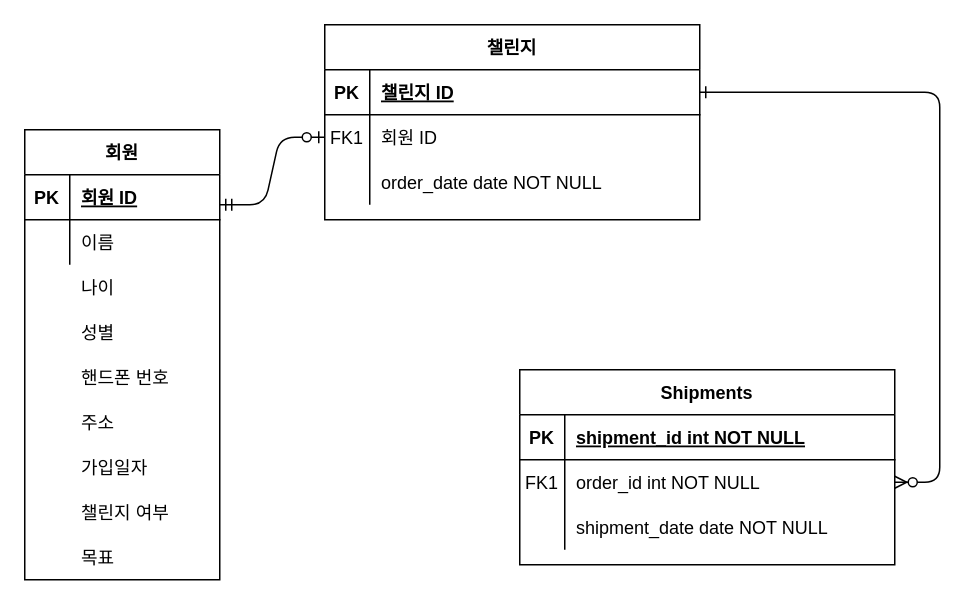
Above: Untitled Diagram.drawio in eunhwa99/Lab-Intern (draw.io), before the change. Source tidied: cells renumbered, new cells numbered last; positions are measured from the earlier drawing's top-left corner, leaving out a move shared by most shapes. Both pictures are drawn from the tidied source at 150%, with x=0, y=0 at pixel (24, 24).
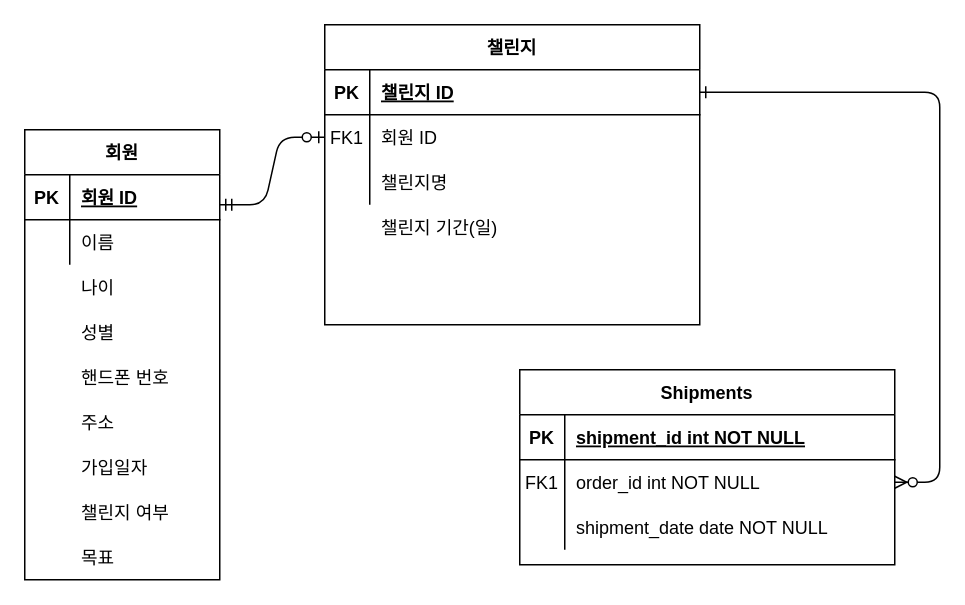
The same diagram, later.

Unchanged cells that the change refers to:
```xml
<mxCell id="10" style="shape=partialRectangle;fillColor=none;top=0;left=0;right=0;bottom=0;" parent="3" vertex="1">
  <mxGeometry y="90" width="250" height="30" as="geometry" />
</mxCell>
```

What changed in the source:
```diff
@@
     <mxCell id="3" value="챌린지" style="shape=table;startSize=30;childLayout=tableLayout;rowLines=0;fontStyle=1;align=center;" parent="1" vertex="1">
-      <mxGeometry x="200" width="250" height="130" as="geometry" />
+      <mxGeometry x="200" width="250" height="200" as="geometry" />
     </mxCell>
@@
-    <mxCell id="12" value="order_date date NOT NULL" style="shape=partialRectangle;overflow=hidden;fillColor=none;top=0;left=0;bottom=0;right=0;align=left;spacingLeft=6;" parent="10" vertex="1">
+    <mxCell id="12" value="챌린지명" style="shape=partialRectangle;overflow=hidden;fillColor=none;top=0;left=0;bottom=0;right=0;align=left;spacingLeft=6;" parent="10" vertex="1">
       <mxGeometry x="30" width="220" height="30" as="geometry" />
     </mxCell>
@@
+    <mxCell id="38" value="챌린지 기간(일)" style="shape=partialRectangle;overflow=hidden;fillColor=none;top=0;left=0;bottom=0;right=0;align=left;spacingLeft=6;" parent="1" vertex="1">
+      <mxGeometry x="230" y="120" width="220" height="30" as="geometry" />
+    </mxCell>
```
